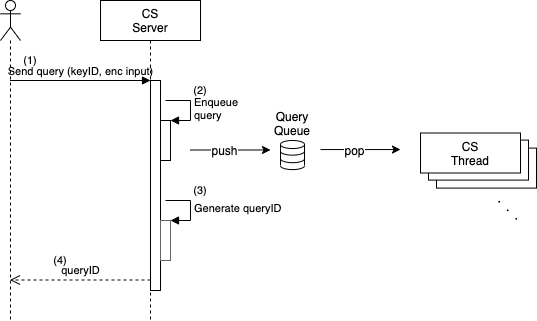
iihiro/FHE-Table-Search keeps this draw.io diagram as doc/spec-ja/source/images/fhetbl_design-seq-cs-01-1.png. Above is the earlier version. Source tidied: cells renumbered, new cells last; positions are measured from the earlier drawing's top-left corner, leaving out a move shared by most shapes. Source of this version:
```xml
<mxGraphModel>
  <root>
    <mxCell id="0" />
    <mxCell id="1" parent="0" />
    <mxCell id="2" style="rounded=0;whiteSpace=wrap;html=1;strokeColor=#000000;strokeWidth=1;" parent="1" vertex="1">
      <mxGeometry x="436" y="147.6" width="100" height="40" as="geometry" />
    </mxCell>
    <mxCell id="3" style="rounded=0;whiteSpace=wrap;html=1;strokeColor=#000000;strokeWidth=1;" parent="1" vertex="1">
      <mxGeometry x="428" y="139.6" width="100" height="40" as="geometry" />
    </mxCell>
    <mxCell id="4" style="shape=umlLifeline;participant=umlActor;perimeter=lifelinePerimeter;whiteSpace=wrap;html=1;verticalAlign=top;spacingTop=36;labelBackgroundColor=#ffffff;outlineConnect=0;" parent="1" vertex="1">
      <mxGeometry width="20" height="320" as="geometry" />
    </mxCell>
    <mxCell id="5" value="CS&lt;br&gt;Server" style="shape=umlLifeline;perimeter=lifelinePerimeter;whiteSpace=wrap;html=1;" parent="1" vertex="1">
      <mxGeometry x="100" width="100" height="320" as="geometry" />
    </mxCell>
    <mxCell id="6" style="html=1;points=[];perimeter=orthogonalPerimeter;" parent="1" vertex="1">
      <mxGeometry x="150" y="80" width="10" height="210" as="geometry" />
    </mxCell>
    <mxCell id="7" value="Send query (keyID, enc input)" style="html=1;verticalAlign=bottom;endArrow=block;entryX=0;entryY=0;labelBackgroundColor=none;" parent="1" edge="1" source="4" target="6">
      <mxGeometry relative="1" as="geometry" />
    </mxCell>
    <mxCell id="8" value="queryID" style="html=1;verticalAlign=bottom;endArrow=open;dashed=1;endSize=8;exitX=0;exitY=0.95;labelBackgroundColor=none;" parent="1" edge="1" source="6" target="4">
      <mxGeometry relative="1" as="geometry" />
    </mxCell>
    <mxCell id="9" style="html=1;verticalLabelPosition=bottom;align=center;labelBackgroundColor=#ffffff;verticalAlign=top;strokeWidth=1;strokeColor=#000000;shadow=0;dashed=0;shape=mxgraph.ios7.icons.data;" parent="1" vertex="1">
      <mxGeometry x="280" y="140" width="24" height="29.1" as="geometry" />
    </mxCell>
    <mxCell id="10" style="html=1;points=[];perimeter=orthogonalPerimeter;strokeColor=#000000;strokeWidth=1;" parent="1" vertex="1">
      <mxGeometry x="160" y="120" width="10" height="40" as="geometry" />
    </mxCell>
    <mxCell id="11" value="Enqueue&lt;br&gt;query" style="edgeStyle=orthogonalEdgeStyle;html=1;align=left;spacingLeft=2;endArrow=block;rounded=0;entryX=1;entryY=0;labelBackgroundColor=none;" parent="1" edge="1" target="10">
      <mxGeometry relative="1" as="geometry">
        <mxPoint x="165" y="100" as="sourcePoint" />
        <Array as="points">
          <mxPoint x="190" y="100" />
        </Array>
      </mxGeometry>
    </mxCell>
    <mxCell id="12" value="Query Queue" style="text;html=1;strokeColor=none;fillColor=none;align=center;verticalAlign=middle;whiteSpace=wrap;rounded=0;" parent="1" vertex="1">
      <mxGeometry x="272" y="112.5" width="40" height="20" as="geometry" />
    </mxCell>
    <mxCell id="13" style="endArrow=classic;html=1;labelBackgroundColor=none;" parent="1" edge="1">
      <mxGeometry relative="1" as="geometry">
        <mxPoint x="190" y="149.5" as="sourcePoint" />
        <mxPoint x="270" y="149.5" as="targetPoint" />
      </mxGeometry>
    </mxCell>
    <mxCell id="14" value="push" style="text;html=1;align=center;verticalAlign=middle;labelBackgroundColor=#ffffff;" parent="13" vertex="1">
      <mxGeometry x="-0.17" y="1" relative="1" as="geometry">
        <mxPoint y="1" as="offset" />
      </mxGeometry>
    </mxCell>
    <mxCell id="15" value="CS&lt;br&gt;Thread" style="rounded=0;whiteSpace=wrap;html=1;strokeColor=#000000;strokeWidth=1;" parent="1" vertex="1">
      <mxGeometry x="420" y="132.5" width="100" height="40" as="geometry" />
    </mxCell>
    <mxCell id="16" style="endArrow=classic;html=1;labelBackgroundColor=none;" parent="1" edge="1">
      <mxGeometry relative="1" as="geometry">
        <mxPoint x="320" y="149" as="sourcePoint" />
        <mxPoint x="400" y="149" as="targetPoint" />
      </mxGeometry>
    </mxCell>
    <mxCell id="17" value="pop" style="text;html=1;align=center;verticalAlign=middle;labelBackgroundColor=#ffffff;" parent="16" vertex="1">
      <mxGeometry x="-0.17" y="1" relative="1" as="geometry">
        <mxPoint y="1" as="offset" />
      </mxGeometry>
    </mxCell>
    <mxCell id="18" value="・・・" style="text;html=1;strokeColor=none;fillColor=none;align=center;verticalAlign=middle;whiteSpace=wrap;rounded=0;rotation=45;" parent="1" vertex="1">
      <mxGeometry x="488" y="200" width="40" height="20" as="geometry" />
    </mxCell>
    <mxCell id="19" style="html=1;points=[];perimeter=orthogonalPerimeter;strokeColor=#666666;strokeWidth=1;fillColor=none;" parent="1" vertex="1">
      <mxGeometry x="160" y="220" width="10" height="40" as="geometry" />
    </mxCell>
    <mxCell id="20" value="Generate queryID" style="edgeStyle=orthogonalEdgeStyle;html=1;align=left;spacingLeft=2;endArrow=block;rounded=0;entryX=1;entryY=0;labelBackgroundColor=none;" parent="1" edge="1" target="19">
      <mxGeometry relative="1" as="geometry">
        <mxPoint x="165" y="200" as="sourcePoint" />
        <Array as="points">
          <mxPoint x="190" y="200" />
        </Array>
      </mxGeometry>
    </mxCell>
    <mxCell id="21" value="(1)" style="text;html=1;strokeColor=none;fillColor=none;align=center;verticalAlign=middle;whiteSpace=wrap;rounded=0;fontSize=11;" parent="1" vertex="1">
      <mxGeometry x="10" y="50" width="40" height="20" as="geometry" />
    </mxCell>
    <mxCell id="22" value="(2)" style="text;html=1;strokeColor=none;fillColor=none;align=center;verticalAlign=middle;whiteSpace=wrap;rounded=0;fontSize=11;" parent="1" vertex="1">
      <mxGeometry x="180" y="80" width="40" height="20" as="geometry" />
    </mxCell>
    <mxCell id="23" value="(3)" style="text;html=1;strokeColor=none;fillColor=none;align=center;verticalAlign=middle;whiteSpace=wrap;rounded=0;fontSize=11;" parent="1" vertex="1">
      <mxGeometry x="180" y="180" width="40" height="20" as="geometry" />
    </mxCell>
    <mxCell id="24" value="(4)" style="text;html=1;strokeColor=none;fillColor=none;align=center;verticalAlign=middle;whiteSpace=wrap;rounded=0;fontSize=11;" parent="1" vertex="1">
      <mxGeometry x="40" y="250" width="40" height="20" as="geometry" />
    </mxCell>
  </root>
</mxGraphModel>
```
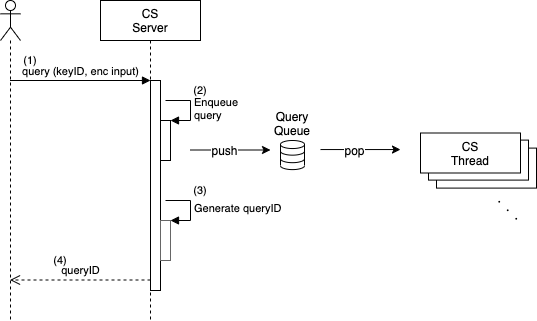
After the commit.

Diff of the diagram source:
```diff
@@ -17,7 +17,7 @@
     <mxCell id="6" style="html=1;points=[];perimeter=orthogonalPerimeter;" parent="1" vertex="1">
       <mxGeometry x="150" y="80" width="10" height="210" as="geometry" />
     </mxCell>
-    <mxCell id="7" value="Send query (keyID, enc input)" style="html=1;verticalAlign=bottom;endArrow=block;entryX=0;entryY=0;labelBackgroundColor=none;" parent="1" edge="1" source="4" target="6">
+    <mxCell id="7" value="query (keyID, enc input)" style="html=1;verticalAlign=bottom;endArrow=block;entryX=0;entryY=0;labelBackgroundColor=none;" parent="1" edge="1" source="4" target="6">
       <mxGeometry relative="1" as="geometry" />
     </mxCell>
     <mxCell id="8" value="queryID" style="html=1;verticalAlign=bottom;endArrow=open;dashed=1;endSize=8;exitX=0;exitY=0.95;labelBackgroundColor=none;" parent="1" edge="1" source="6" target="4">
```
